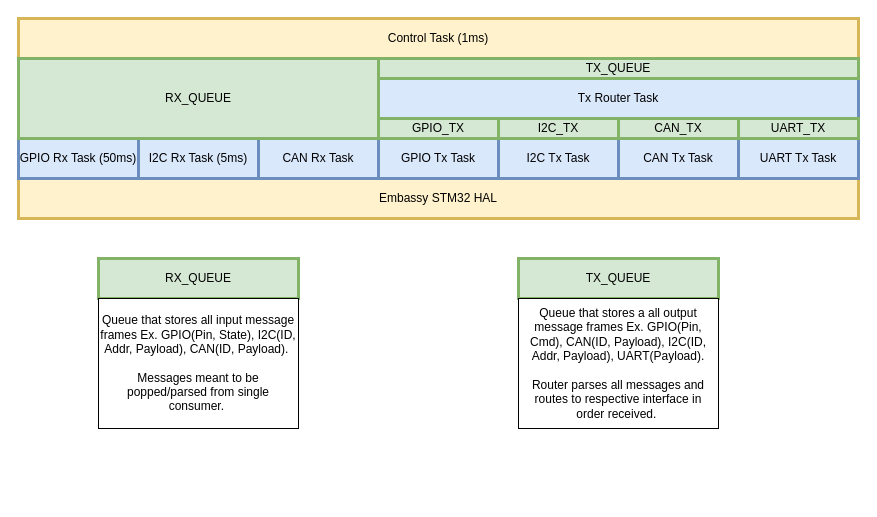
Before: page "InterfaceAbstraction" (1 of 2) of Resources/Rust_refactor_plan.drawio in austynloehr/stm32_reaction_wheel, a draw.io diagram. Source tidied: cells renumbered, new cells numbered last; positions are measured from the earlier drawing's top-left corner, leaving out a move shared by most shapes. Both pictures are drawn from the tidied source at 100%, with x=0, y=0 at pixel (18, 18).
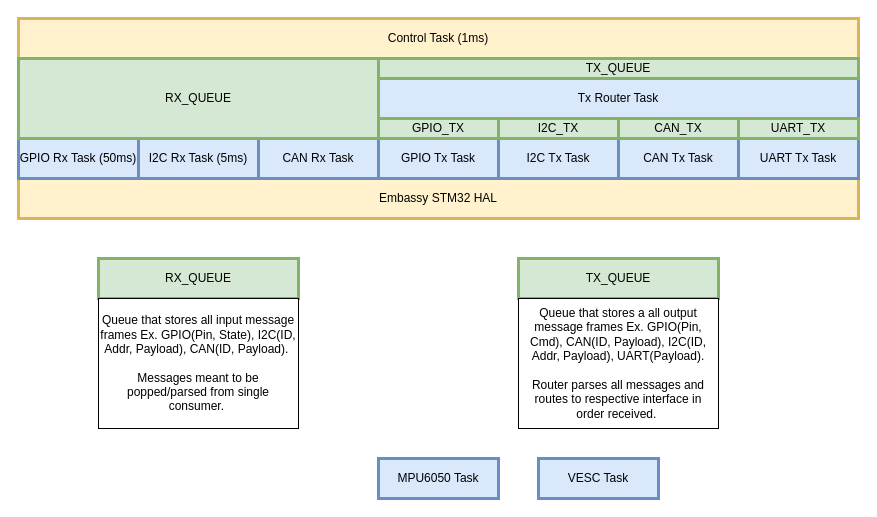
After the change.

Change to the diagram source:
```diff
@@
+    <mxCell id="22" value="MPU6050 Task" style="rounded=0;whiteSpace=wrap;html=1;fillColor=#dae8fc;strokeColor=#6c8ebf;fontColor=#000000;strokeWidth=3;" parent="1" vertex="1">
+      <mxGeometry x="360" y="440" width="120" height="40" as="geometry" />
+    </mxCell>
+    <mxCell id="23" value="VESC Task" style="rounded=0;whiteSpace=wrap;html=1;fillColor=#dae8fc;strokeColor=#6c8ebf;fontColor=#000000;strokeWidth=3;" parent="1" vertex="1">
+      <mxGeometry x="520" y="440" width="120" height="40" as="geometry" />
+    </mxCell>
```
